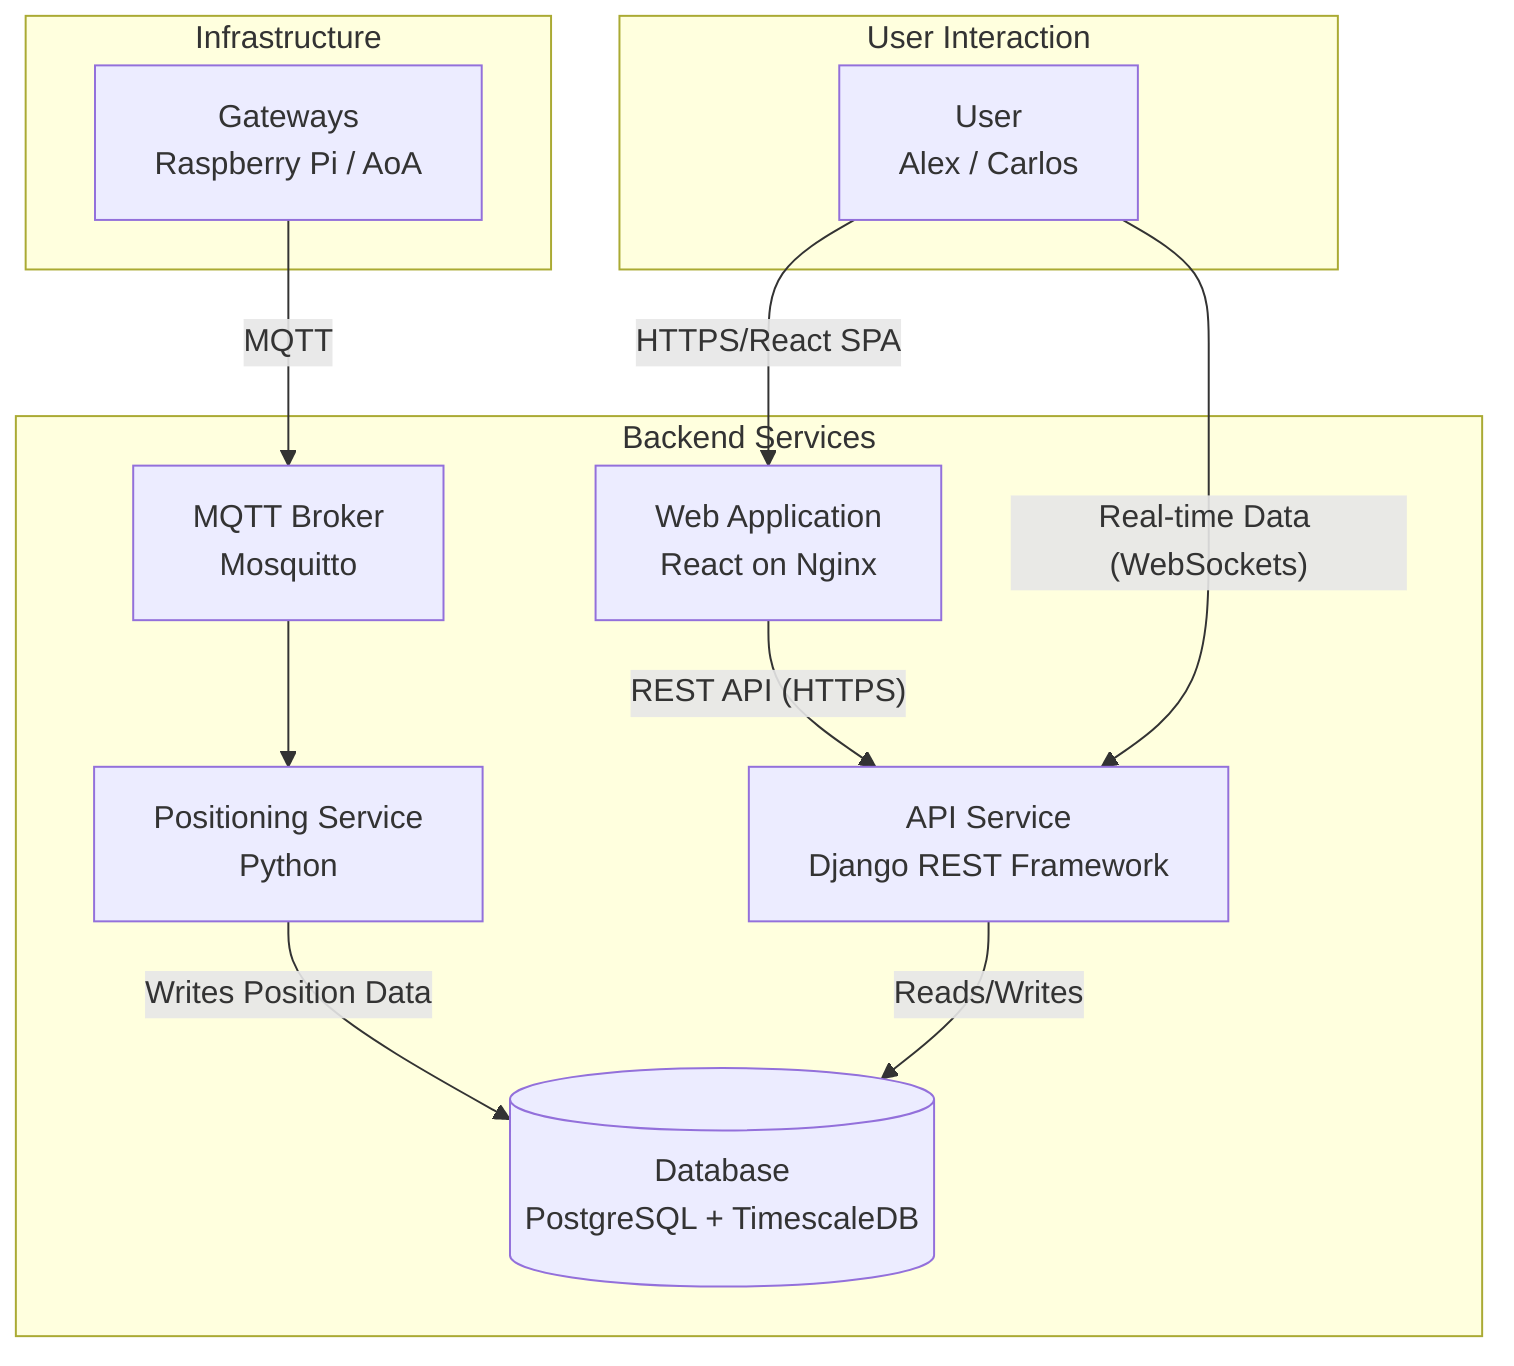
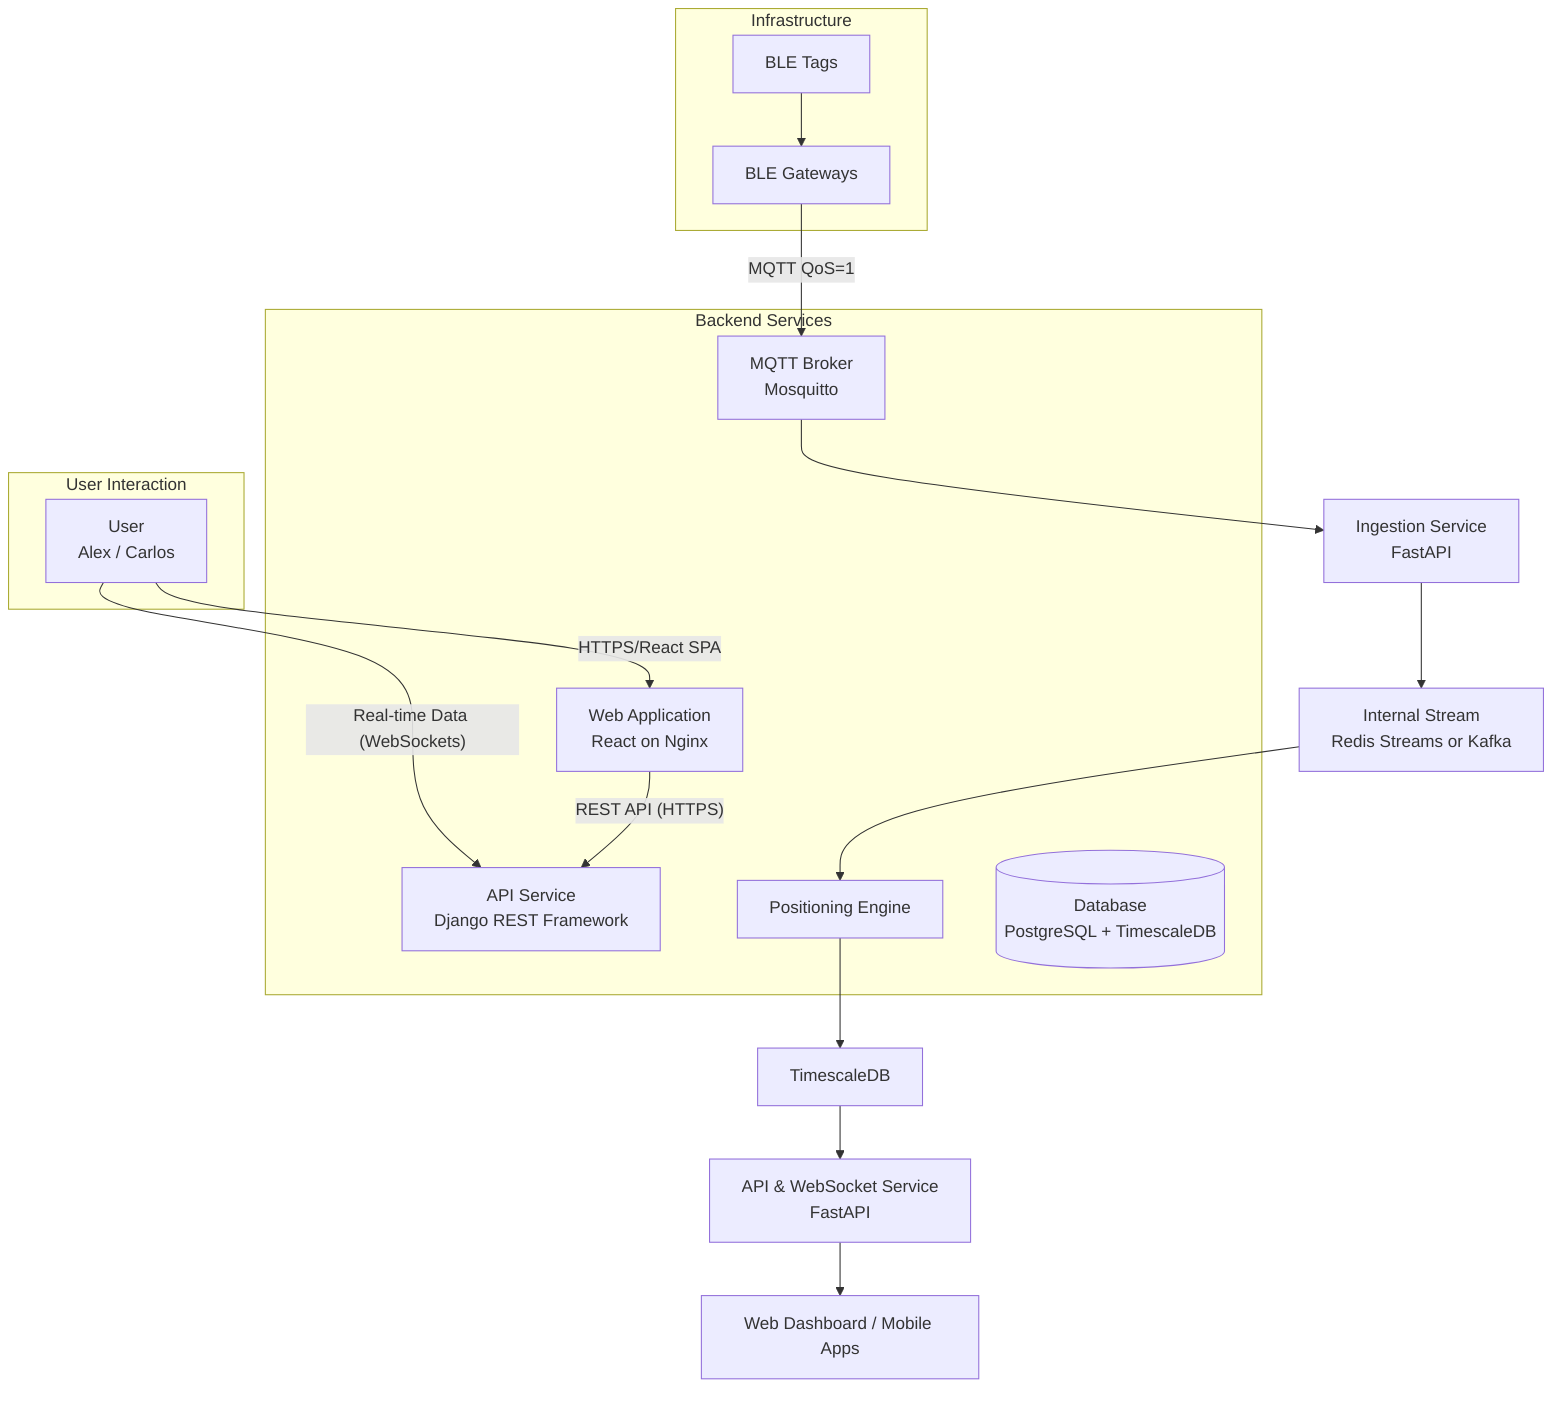
graph TD
    subgraph User Interaction
        User[User<br>Alex / Carlos]
    end

    subgraph Infrastructure
-         Gateway[Gateways<br>Raspberry Pi / AoA]
+         Tags[BLE Tags] --> Gateways[BLE Gateways]
+         Gateways
    end

    subgraph Backend Services
        WebApp[Web Application<br>React on Nginx]
        APIService[API Service<br>Django REST Framework]
-         PositioningService[Positioning Service<br>Python]
+         Positioning[Positioning Engine]
        MQTTBroker[MQTT Broker<br>Mosquitto]
        Database[(Database<br>PostgreSQL + TimescaleDB)]
    end

    User -- HTTPS/React SPA --> WebApp
    WebApp -- REST API (HTTPS) --> APIService
    User -- Real-time Data (WebSockets) --> APIService

-     Gateway -- MQTT --> MQTTBroker
-     MQTTBroker --> PositioningService
-     PositioningService -- Writes Position Data --> Database
-     APIService -- Reads/Writes --> Database+     Gateways -->|MQTT QoS=1| MQTTBroker
+     MQTTBroker --> Ingest[Ingestion Service \n FastAPI]
+     Ingest --> Stream[Internal Stream \n Redis Streams or Kafka]
+     Stream --> Positioning[Positioning Engine]
+     Positioning --> Timescale[TimescaleDB]
+     Timescale --> API[API & WebSocket Service \n FastAPI]
+     API --> Dashboard[Web Dashboard / Mobile Apps]
